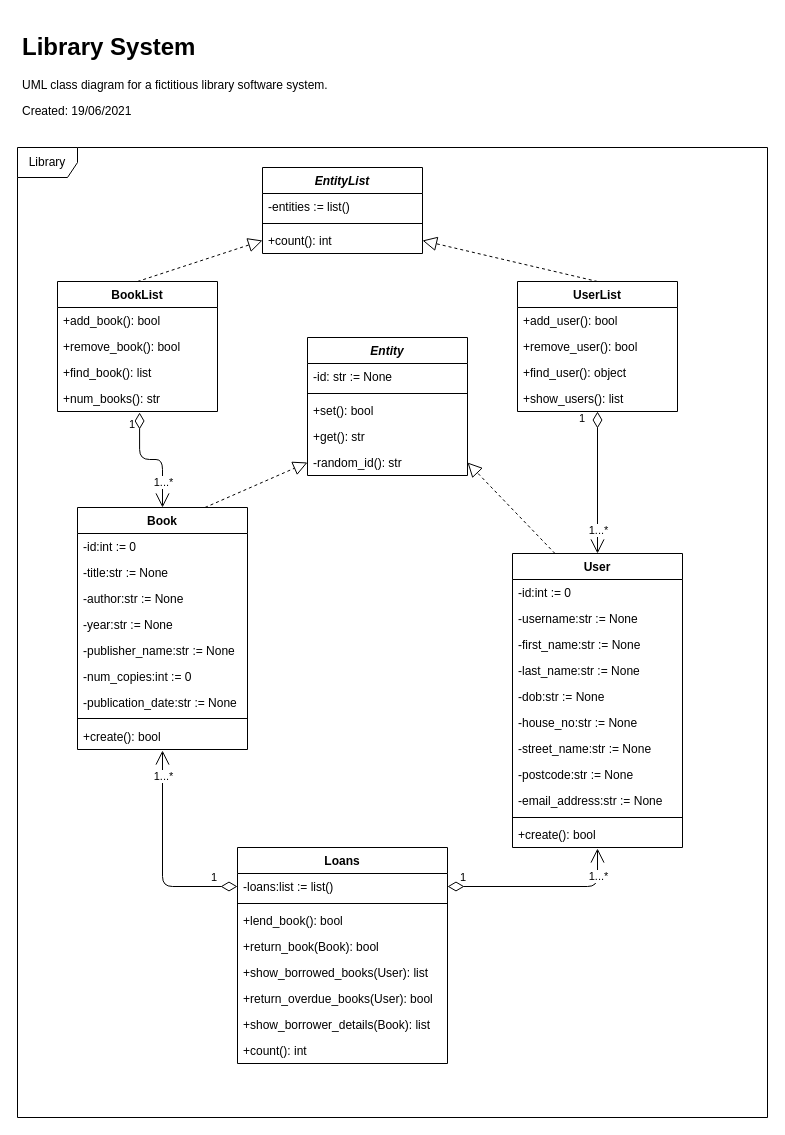
Chrisu892/Simple-Library-System keeps this draw.io diagram as class_diagram.drawio. Above is the earlier version. Source tidied: cells renumbered, new cells numbered last; positions are measured from the earlier drawing's top-left corner, leaving out a move shared by most shapes. Both pictures are drawn from the tidied source at 100%, with x=0, y=0 at pixel (17, 27).
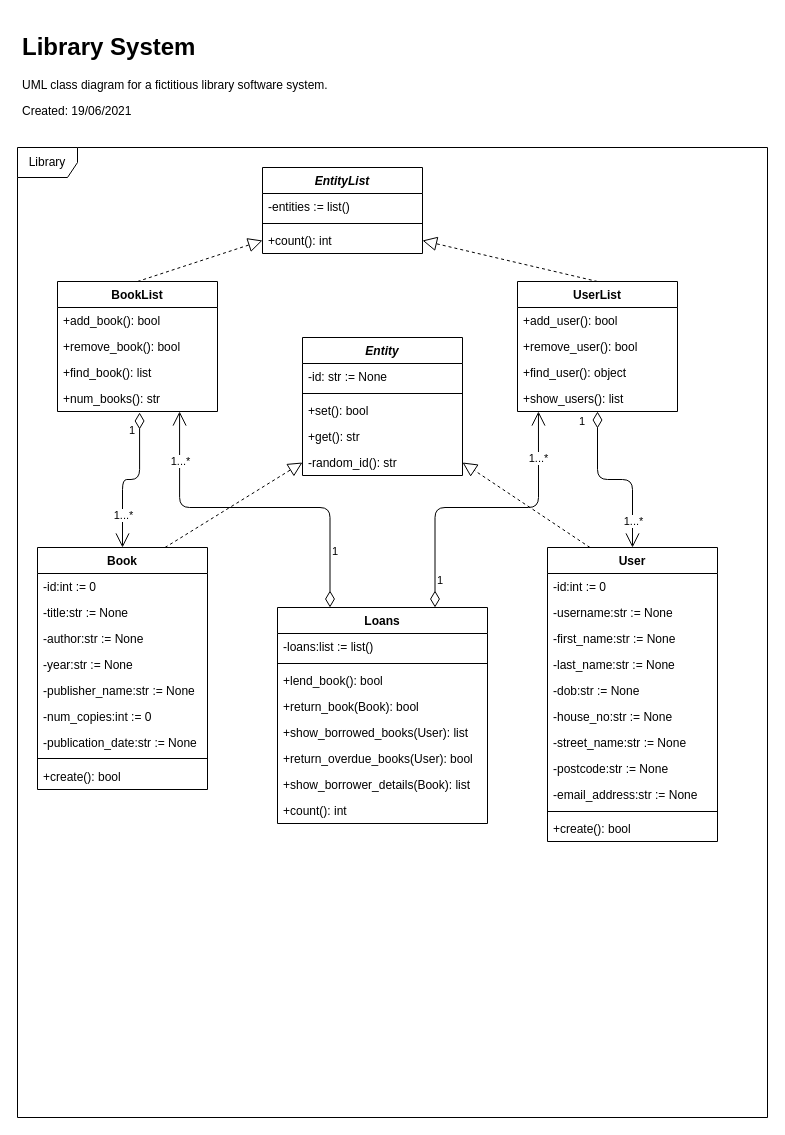
The same page after the edit.

The change refers to these unchanged cells:
```xml
<mxCell id="12" value="+create(): bool" style="text;align=left;verticalAlign=top;spacingLeft=4;spacingRight=4;overflow=hidden;points=[[0,0.5],[1,0.5]];portConstraint=eastwest;" parent="3" vertex="1">
  <mxGeometry y="216" width="170" height="26" as="geometry" />
</mxCell>
<mxCell id="29" value="+show_users(): list" style="text;align=left;verticalAlign=top;spacingLeft=4;spacingRight=4;overflow=hidden;points=[[0,0.5],[1,0.5]];portConstraint=eastwest;" parent="25" vertex="1">
  <mxGeometry y="104" width="160" height="26" as="geometry" />
</mxCell>
<mxCell id="34" value="+num_books(): str" style="text;align=left;verticalAlign=top;spacingLeft=4;spacingRight=4;overflow=hidden;points=[[0,0.5],[1,0.5]];portConstraint=eastwest;" parent="30" vertex="1">
  <mxGeometry y="104" width="160" height="26" as="geometry" />
</mxCell>
<mxCell id="36" value="-loans:list := list()" style="text;align=left;verticalAlign=top;spacingLeft=4;spacingRight=4;overflow=hidden;points=[[0,0.5],[1,0.5]];portConstraint=eastwest;" parent="35" vertex="1">
  <mxGeometry y="26" width="210" height="26" as="geometry" />
</mxCell>
```

Change to the diagram source:
```diff
@@
     <mxCell id="3" value="Book" style="swimlane;fontStyle=1;align=center;verticalAlign=top;horizontal=1;startSize=26;rounded=0;shadow=0;strokeWidth=1;" parent="1" vertex="1">
-      <mxGeometry x="60" y="480" width="170" height="242" as="geometry" />
+      <mxGeometry x="20" y="520" width="170" height="242" as="geometry" />
     </mxCell>
@@
     <mxCell id="13" value="User" style="swimlane;fontStyle=1;align=center;verticalAlign=top;horizontal=1;startSize=26;rounded=0;shadow=0;strokeWidth=1;" parent="1" vertex="1">
-      <mxGeometry x="495" y="526" width="170" height="294" as="geometry" />
+      <mxGeometry x="530" y="520" width="170" height="294" as="geometry" />
     </mxCell>
@@
     <mxCell id="35" value="Loans" style="swimlane;fontStyle=1;align=center;verticalAlign=top;horizontal=1;startSize=26;rounded=0;shadow=0;strokeWidth=1;" parent="1" vertex="1">
-      <mxGeometry x="220" y="820" width="210" height="216" as="geometry" />
+      <mxGeometry x="260" y="580" width="210" height="216" as="geometry" />
     </mxCell>
@@
-    <mxCell id="55" value="1" style="endArrow=open;html=1;endSize=12;startArrow=diamondThin;startSize=14;startFill=0;edgeStyle=orthogonalEdgeStyle;align=left;verticalAlign=bottom;exitX=1;exitY=0.5;exitDx=0;exitDy=0;" parent="1" edge="1" source="36">
+    <mxCell id="55" value="1" style="endArrow=open;html=1;endSize=12;startArrow=diamondThin;startSize=14;startFill=0;edgeStyle=orthogonalEdgeStyle;align=left;verticalAlign=bottom;exitX=0.75;exitY=0;exitDx=0;exitDy=0;entryX=0.131;entryY=1;entryDx=0;entryDy=0;entryPerimeter=0;" parent="1" edge="1" source="35" target="29">
       <mxGeometry x="-0.88" relative="1" as="geometry">
-        <mxPoint x="580" y="821" as="targetPoint" />
         <Array as="points">
-          <mxPoint x="580" y="859" />
+          <mxPoint x="418" y="480" />
+          <mxPoint x="521" y="480" />
         </Array>
       </mxGeometry>
     </mxCell>
@@
-    <mxCell id="57" value="1" style="endArrow=open;html=1;endSize=12;startArrow=diamondThin;startSize=14;startFill=0;edgeStyle=orthogonalEdgeStyle;align=left;verticalAlign=bottom;entryX=0.5;entryY=1.038;entryDx=0;entryDy=0;exitX=0;exitY=0.5;exitDx=0;exitDy=0;entryPerimeter=0;" parent="1" edge="1" source="36" target="12">
-      <mxGeometry x="-0.73" relative="1" as="geometry" />
+    <mxCell id="57" value="1" style="endArrow=open;html=1;endSize=12;startArrow=diamondThin;startSize=14;startFill=0;edgeStyle=orthogonalEdgeStyle;align=left;verticalAlign=bottom;entryX=0.763;entryY=1;entryDx=0;entryDy=0;exitX=0.25;exitY=0;exitDx=0;exitDy=0;entryPerimeter=0;" parent="1" edge="1" source="35" target="34">
+      <mxGeometry x="-0.73" relative="1" as="geometry">
+        <Array as="points">
+          <mxPoint x="313" y="480" />
+          <mxPoint x="162" y="480" />
+        </Array>
+      </mxGeometry>
     </mxCell>
@@
     <mxCell id="59" value="Entity" style="swimlane;fontStyle=3;align=center;verticalAlign=top;horizontal=1;startSize=26;rounded=0;shadow=0;strokeWidth=1;" parent="1" vertex="1">
-      <mxGeometry x="290" y="310" width="160" height="138" as="geometry" />
+      <mxGeometry x="285" y="310" width="160" height="138" as="geometry" />
     </mxCell>
```
